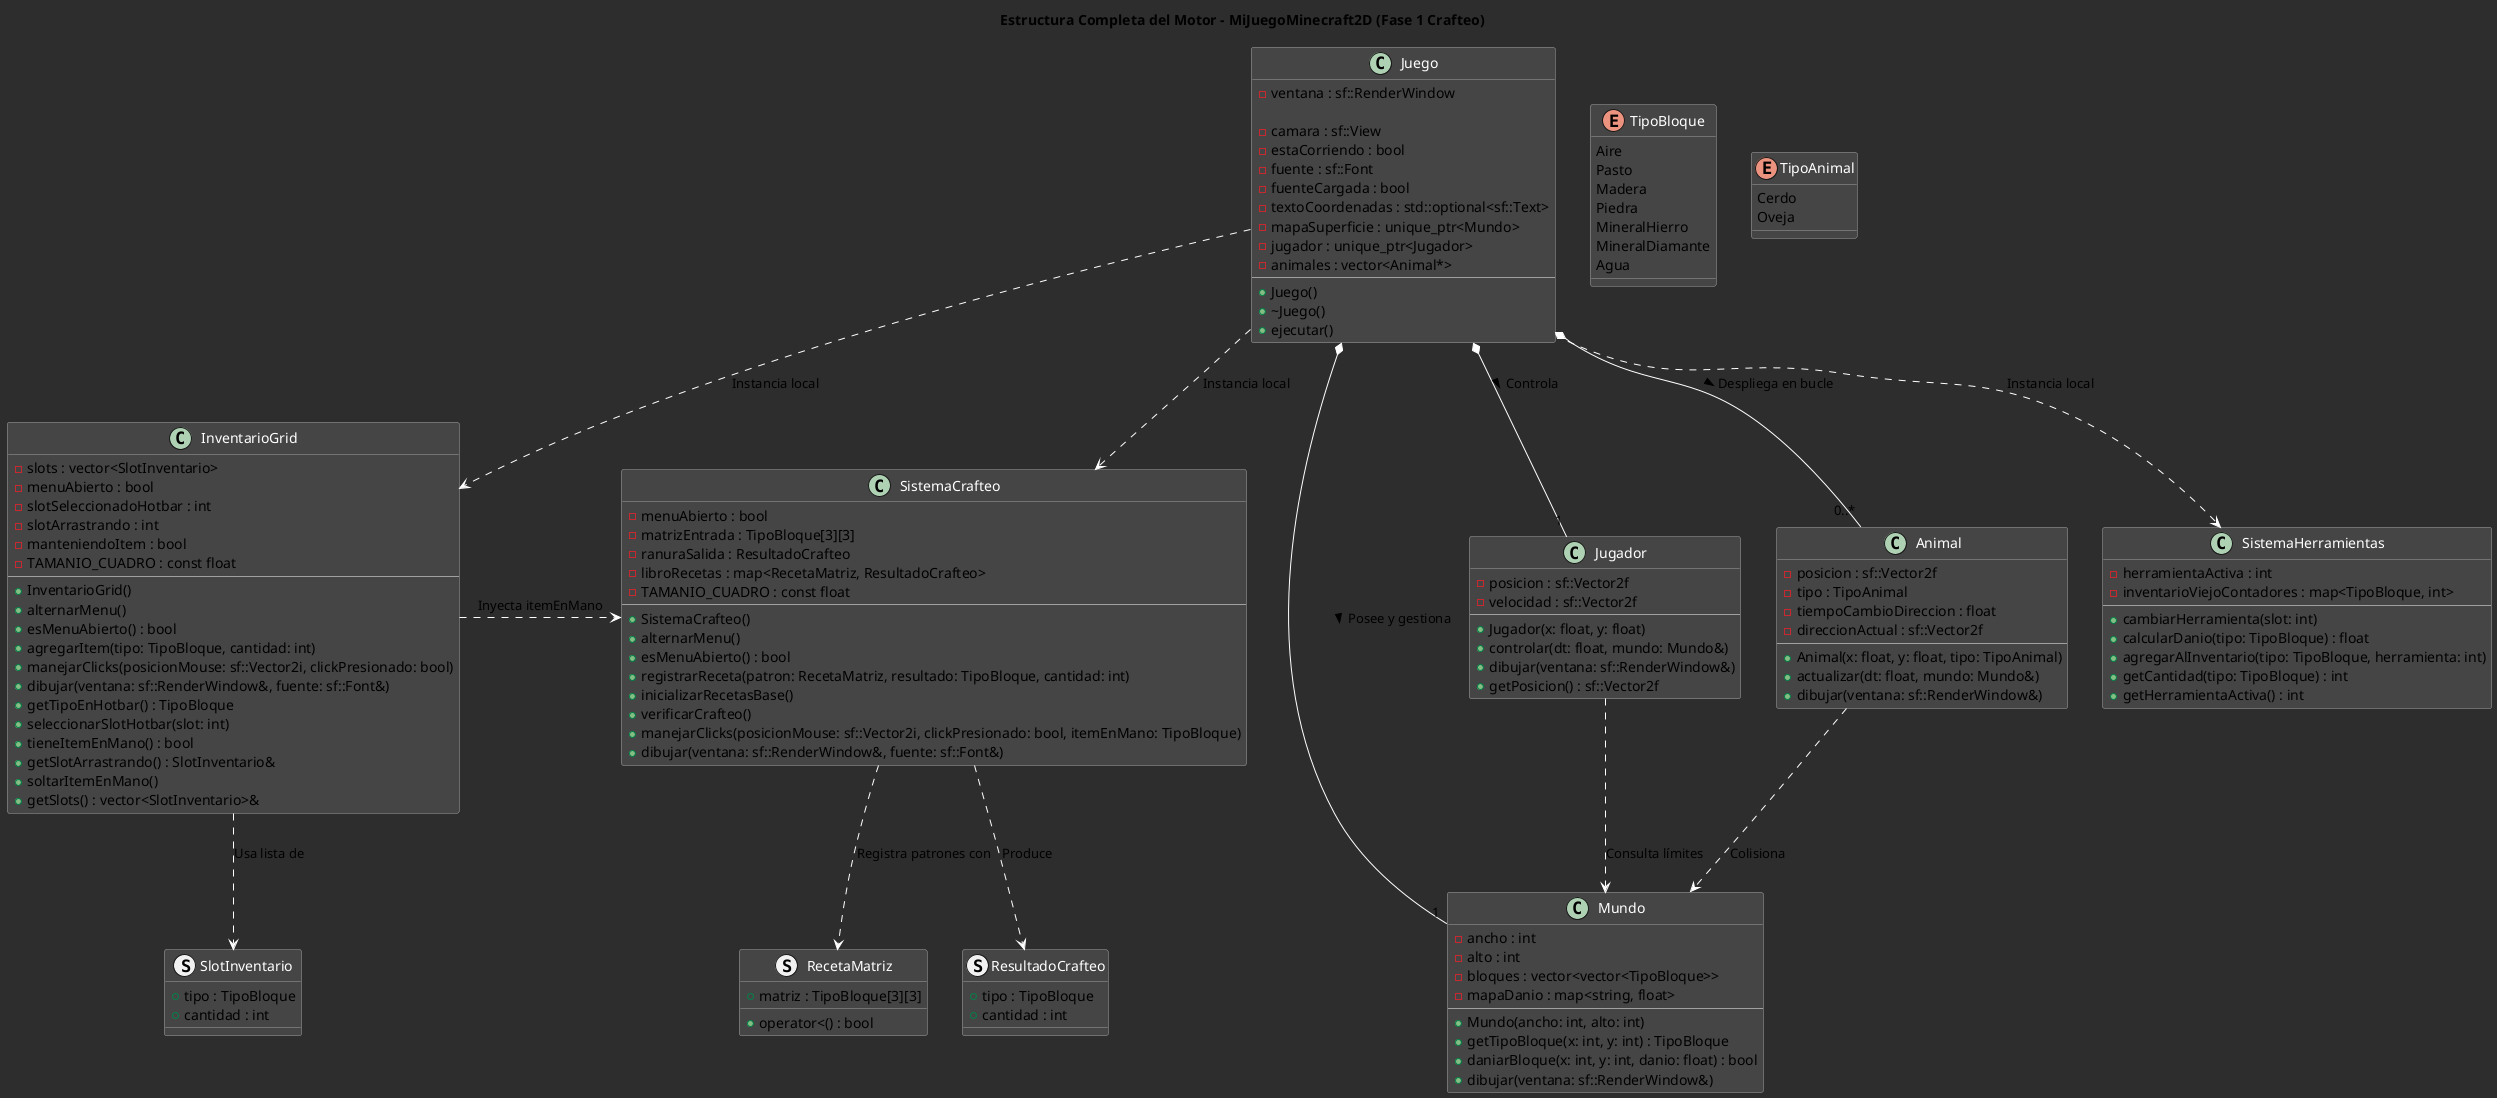
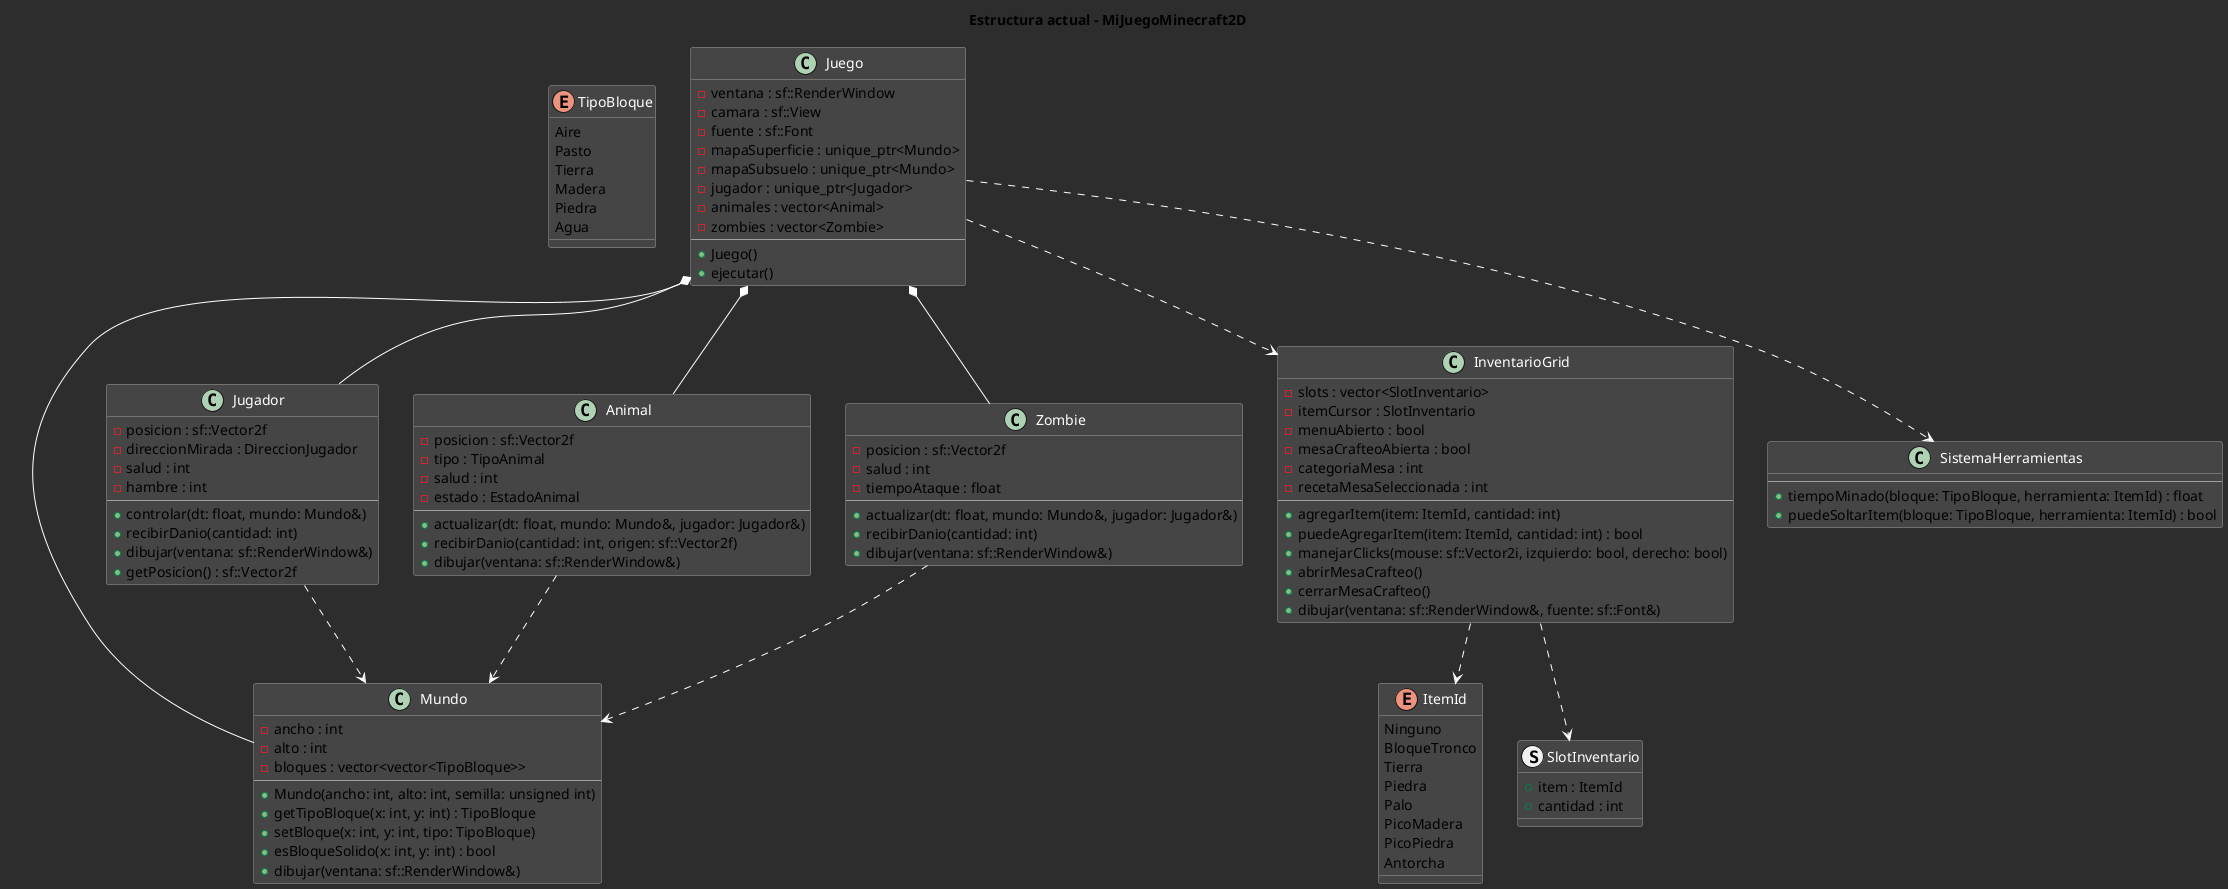
@startuml MiJuegoMinecraft2D

- ' --- CONFIGURACIÓN VISUAL ---
skinparam backgroundColor #2D2D2D
skinparam class {
    BackgroundColor #454545
    ArrowColor White
    BorderColor #A0A0A0
    FontColor White
    FontName "Courier New"
}
- skinparam stereotypeFontColor #Yellow

- title Estructura Completa del Motor - MiJuegoMinecraft2D (Fase 1 Crafteo)
+ title Estructura actual - MiJuegoMinecraft2D

- ' --- ENUMS Y STRUCTS ---
enum TipoBloque {
    Aire
    Pasto
+     Tierra
    Madera
    Piedra
-     MineralHierro
-     MineralDiamante
    Agua
}

- enum TipoAnimal {
-     Cerdo
-     Oveja
+ enum ItemId {
+     Ninguno
+     BloqueTronco
+     Tierra
+     Piedra
+     Palo
+     PicoMadera
+     PicoPiedra
+     Antorcha
}

struct SlotInventario {
-     + tipo : TipoBloque
+     + item : ItemId
    + cantidad : int
}

- struct RecetaMatriz {
-     + matriz : TipoBloque[3][3]
-     + operator<() : bool
- }
- 
- struct ResultadoCrafteo {
-     + tipo : TipoBloque
-     + cantidad : int
- }
- 
- ' --- CLASES PRINCIPALES ---
class Juego {
    - ventana : sf::RenderWindow
- 
    - camara : sf::View
-     - estaCorriendo : bool
    - fuente : sf::Font
-     - fuenteCargada : bool
-     - textoCoordenadas : std::optional<sf::Text>
    - mapaSuperficie : unique_ptr<Mundo>
+     - mapaSubsuelo : unique_ptr<Mundo>
    - jugador : unique_ptr<Jugador>
-     - animales : vector<Animal*>
+     - animales : vector<Animal>
+     - zombies : vector<Zombie>
    --
    + Juego()
-     + ~Juego()
    + ejecutar()
}

class Mundo {
    - ancho : int
    - alto : int
    - bloques : vector<vector<TipoBloque>>
-     - mapaDanio : map<string, float>
    --
-     + Mundo(ancho: int, alto: int)
+     + Mundo(ancho: int, alto: int, semilla: unsigned int)
    + getTipoBloque(x: int, y: int) : TipoBloque
-     + daniarBloque(x: int, y: int, danio: float) : bool
+     + setBloque(x: int, y: int, tipo: TipoBloque)
+     + esBloqueSolido(x: int, y: int) : bool
    + dibujar(ventana: sf::RenderWindow&)
}

class Jugador {
    - posicion : sf::Vector2f
-     - velocidad : sf::Vector2f
-     ' Aquí se integra Box2D indirectamente o la lógica de colisión por mapa
+     - direccionMirada : DireccionJugador
+     - salud : int
+     - hambre : int
    --
-     + Jugador(x: float, y: float)
    + controlar(dt: float, mundo: Mundo&)
+     + recibirDanio(cantidad: int)
    + dibujar(ventana: sf::RenderWindow&)
    + getPosicion() : sf::Vector2f
}

class Animal {
    - posicion : sf::Vector2f
    - tipo : TipoAnimal
-     - tiempoCambioDireccion : float
-     - direccionActual : sf::Vector2f
+     - salud : int
+     - estado : EstadoAnimal
    --
-     + Animal(x: float, y: float, tipo: TipoAnimal)
-     + actualizar(dt: float, mundo: Mundo&)
+     + actualizar(dt: float, mundo: Mundo&, jugador: Jugador&)
+     + recibirDanio(cantidad: int, origen: sf::Vector2f)
    + dibujar(ventana: sf::RenderWindow&)
}

- ' --- SISTEMAS MODULARES ---
- class SistemaHerramientas {
-     - herramientaActiva : int
-     - inventarioViejoContadores : map<TipoBloque, int>
+ class Zombie {
+     - posicion : sf::Vector2f
+     - salud : int
+     - tiempoAtaque : float
    --
-     + cambiarHerramienta(slot: int)
-     + calcularDanio(tipo: TipoBloque) : float
-     + agregarAlInventario(tipo: TipoBloque, herramienta: int)
-     + getCantidad(tipo: TipoBloque) : int
-     + getHerramientaActiva() : int
+     + actualizar(dt: float, mundo: Mundo&, jugador: Jugador&)
+     + recibirDanio(cantidad: int)
+     + dibujar(ventana: sf::RenderWindow&)
}

class InventarioGrid {
    - slots : vector<SlotInventario>
+     - itemCursor : SlotInventario
    - menuAbierto : bool
-     - slotSeleccionadoHotbar : int
-     - slotArrastrando : int
-     - manteniendoItem : bool
-     - TAMANIO_CUADRO : const float
+     - mesaCrafteoAbierta : bool
+     - categoriaMesa : int
+     - recetaMesaSeleccionada : int
    --
-     + InventarioGrid()
-     + alternarMenu()
-     + esMenuAbierto() : bool
-     + agregarItem(tipo: TipoBloque, cantidad: int)
-     + manejarClicks(posicionMouse: sf::Vector2i, clickPresionado: bool)
-     + dibujar(ventana: sf::RenderWindow&, fuente: sf::Font&)
-     + getTipoEnHotbar() : TipoBloque
-     + seleccionarSlotHotbar(slot: int)
-     ' Conectores públicos nuevos:
-     + tieneItemEnMano() : bool
-     + getSlotArrastrando() : SlotInventario&
-     + soltarItemEnMano()
-     + getSlots() : vector<SlotInventario>&
- }
- 
- class SistemaCrafteo {
-     - menuAbierto : bool
-     - matrizEntrada : TipoBloque[3][3]
-     - ranuraSalida : ResultadoCrafteo
-     - libroRecetas : map<RecetaMatriz, ResultadoCrafteo>
-     - TAMANIO_CUADRO : const float
-     --
-     + SistemaCrafteo()
-     + alternarMenu()
-     + esMenuAbierto() : bool
-     + registrarReceta(patron: RecetaMatriz, resultado: TipoBloque, cantidad: int)
-     + inicializarRecetasBase()
-     + verificarCrafteo()
-     + manejarClicks(posicionMouse: sf::Vector2i, clickPresionado: bool, itemEnMano: TipoBloque)
+     + agregarItem(item: ItemId, cantidad: int)
+     + puedeAgregarItem(item: ItemId, cantidad: int) : bool
+     + manejarClicks(mouse: sf::Vector2i, izquierdo: bool, derecho: bool)
+     + abrirMesaCrafteo()
+     + cerrarMesaCrafteo()
    + dibujar(ventana: sf::RenderWindow&, fuente: sf::Font&)
}

- ' --- RELACIONES Y DEPENDENCIAS ---
- Juego *-- "1" Mundo : Posee y gestiona >
- Juego *-- "1" Jugador : Controla >
- Juego *-- "0..*" Animal : Despliega en bucle >
+ class SistemaHerramientas {
+     --
+     + tiempoMinado(bloque: TipoBloque, herramienta: ItemId) : float
+     + puedeSoltarItem(bloque: TipoBloque, herramienta: ItemId) : bool
+ }

- ' Inyecciones dentro del bucle ejecutar()
- Juego ..> SistemaHerramientas : "Instancia local"
- Juego ..> InventarioGrid : "Instancia local"
- Juego ..> SistemaCrafteo : "Instancia local"
+ Juego *-- Mundo
+ Juego *-- Jugador
+ Juego *-- Animal
+ Juego *-- Zombie
+ Juego ..> InventarioGrid
+ Juego ..> SistemaHerramientas
+ Jugador ..> Mundo
+ Animal ..> Mundo
+ Zombie ..> Mundo
+ InventarioGrid ..> SlotInventario
+ InventarioGrid ..> ItemId

- ' Interacciones de lógica
- Jugador ..> Mundo : "Consulta límites"
- Animal ..> Mundo : "Colisiona"
- InventarioGrid ..> SlotInventario : "Usa lista de"
- SistemaCrafteo ..> RecetaMatriz : "Registra patrones con"
- SistemaCrafteo ..> ResultadoCrafteo : "Produce"
- 
- ' La conexión clave de la Fase 2
- InventarioGrid .right.> SistemaCrafteo : "Inyecta itemEnMano"
- 
- @enduml+ @enduml
